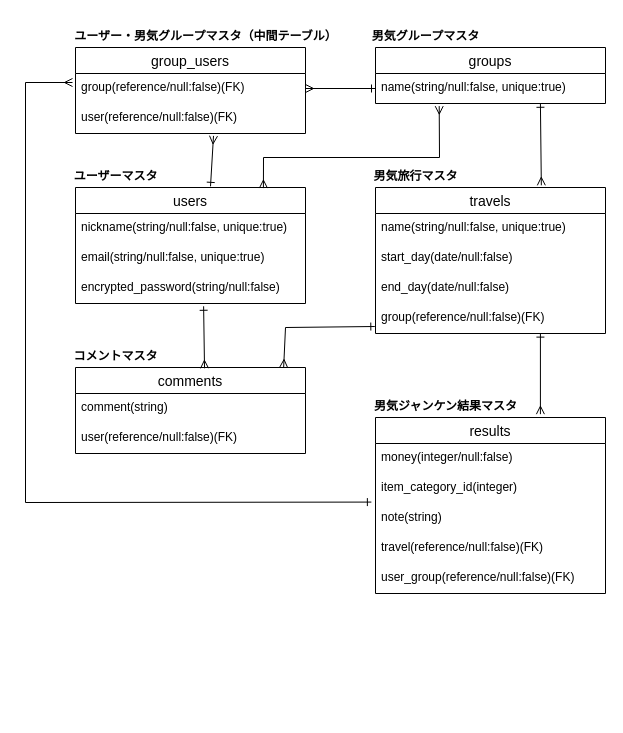
Shira3yuriharu/otokogi-janken-app keeps this draw.io diagram as ER.dio. Above is the earlier version. Source tidied: cells renumbered, new cells numbered last; positions are measured from the earlier drawing's top-left corner, leaving out a move shared by most shapes. Both pictures are drawn from the tidied source at 100%, with x=0, y=0 at pixel (25, 17).
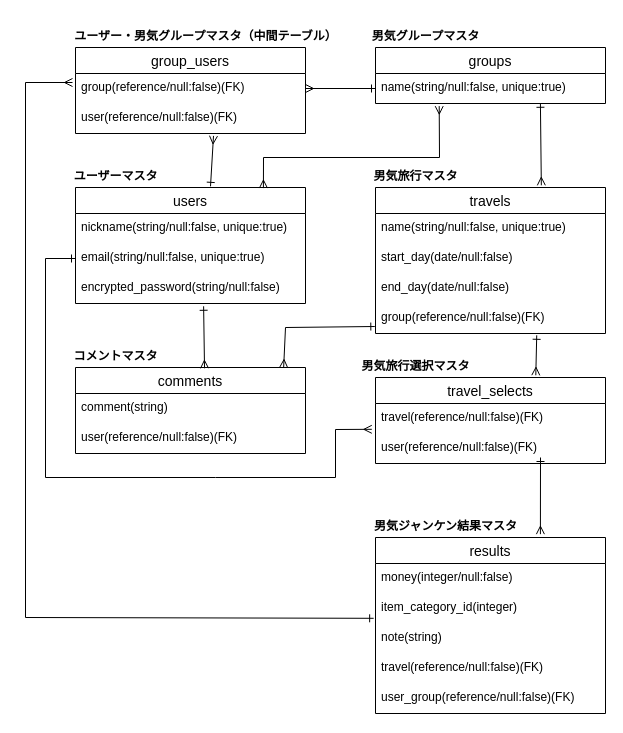
Above is the later version.

Unchanged cells that the change refers to:
```xml
<mxCell id="4" value="email(string/null:false, unique:true)" style="text;strokeColor=none;fillColor=none;spacingLeft=4;spacingRight=4;overflow=hidden;points=[[0,0.5],[1,0.5]];portConstraint=eastwest;fontSize=12;" parent="2" vertex="1">
  <mxGeometry y="56" width="230" height="30" as="geometry" />
</mxCell>
<mxCell id="20" value="group(reference/null:false)(FK)" style="text;strokeColor=none;fillColor=none;spacingLeft=4;spacingRight=4;overflow=hidden;points=[[0,0.5],[1,0.5]];portConstraint=eastwest;fontSize=12;" parent="16" vertex="1">
  <mxGeometry y="116" width="230" height="30" as="geometry" />
</mxCell>
<mxCell id="25" value="item_category_id(integer)" style="text;strokeColor=none;fillColor=none;spacingLeft=4;spacingRight=4;overflow=hidden;points=[[0,0.5],[1,0.5]];portConstraint=eastwest;fontSize=12;" parent="23" vertex="1">
  <mxGeometry y="56" width="230" height="30" as="geometry" />
</mxCell>
```

The edit, as a diff of the source:
```diff
@@
     <mxCell id="23" value="results" style="swimlane;fontStyle=0;horizontal=1;startSize=26;align=center;fontSize=14;" parent="1" vertex="1">
-      <mxGeometry x="350" y="400" width="230" height="176" as="geometry" />
+      <mxGeometry x="350" y="520" width="230" height="176" as="geometry" />
     </mxCell>
@@
     <mxCell id="29" value="&lt;span style=&quot;font-size: 12px&quot;&gt;男気ジャンケン結果マスタ&lt;/span&gt;" style="text;strokeColor=none;fillColor=none;html=1;fontSize=24;fontStyle=1;verticalAlign=middle;align=center;" parent="1" vertex="1">
-      <mxGeometry x="370" y="370" width="100" height="30" as="geometry" />
+      <mxGeometry x="370" y="490" width="100" height="30" as="geometry" />
     </mxCell>
-    <mxCell id="30" style="endArrow=ERmany;html=1;rounded=0;endFill=0;startArrow=ERone;startFill=0;exitX=-0.018;exitY=0.953;exitDx=0;exitDy=0;exitPerimeter=0;" parent="1" edge="1" source="25">
+    <mxCell id="30" style="endArrow=ERmany;html=1;rounded=0;endFill=0;startArrow=ERone;startFill=0;exitX=-0.008;exitY=0.827;exitDx=0;exitDy=0;exitPerimeter=0;" parent="1" edge="1" source="25">
       <mxGeometry relative="1" as="geometry">
         <mxPoint x="47" y="65" as="targetPoint" />
         <Array as="points">
-          <mxPoint y="485" />
+          <mxPoint y="600" />
           <mxPoint y="65" />
         </Array>
       </mxGeometry>
     </mxCell>
-    <mxCell id="31" style="endArrow=ERmany;html=1;rounded=0;endFill=0;startArrow=ERone;startFill=0;entryX=0.717;entryY=-0.019;entryDx=0;entryDy=0;exitX=0.717;exitY=0.987;exitDx=0;exitDy=0;exitPerimeter=0;entryPerimeter=0;" parent="1" edge="1" source="20" target="23">
-      <mxGeometry relative="1" as="geometry" />
+    <mxCell id="31" style="endArrow=ERmany;html=1;rounded=0;endFill=0;startArrow=ERone;startFill=0;entryX=0.717;entryY=-0.019;entryDx=0;entryDy=0;entryPerimeter=0;" parent="1" edge="1" target="23">
+      <mxGeometry relative="1" as="geometry">
+        <mxPoint x="515" y="440" as="sourcePoint" />
+      </mxGeometry>
     </mxCell>
@@
+    <mxCell id="39" value="travel_selects" style="swimlane;fontStyle=0;horizontal=1;startSize=26;align=center;fontSize=14;" parent="1" vertex="1">
+      <mxGeometry x="350" y="360" width="230" height="86" as="geometry" />
+    </mxCell>
+    <mxCell id="40" value="travel(reference/null:false)(FK)" style="text;strokeColor=none;fillColor=none;spacingLeft=4;spacingRight=4;overflow=hidden;points=[[0,0.5],[1,0.5]];portConstraint=eastwest;fontSize=12;" parent="39" vertex="1">
+      <mxGeometry y="26" width="230" height="30" as="geometry" />
+    </mxCell>
+    <mxCell id="41" value="user(reference/null:false)(FK)" style="text;strokeColor=none;fillColor=none;spacingLeft=4;spacingRight=4;overflow=hidden;fontSize=12;" parent="39" vertex="1">
+      <mxGeometry y="56" width="230" height="30" as="geometry" />
+    </mxCell>
+    <mxCell id="42" value="&lt;span style=&quot;font-size: 12px&quot;&gt;男気旅行選択マスタ&lt;/span&gt;" style="text;strokeColor=none;fillColor=none;html=1;fontSize=24;fontStyle=1;verticalAlign=middle;align=center;" parent="1" vertex="1">
+      <mxGeometry x="340" y="330" width="100" height="30" as="geometry" />
+    </mxCell>
+    <mxCell id="43" style="endArrow=ERmany;html=1;rounded=0;endFill=0;startArrow=ERone;startFill=0;exitX=0.701;exitY=1.06;exitDx=0;exitDy=0;exitPerimeter=0;entryX=0.697;entryY=-0.026;entryDx=0;entryDy=0;entryPerimeter=0;" parent="1" edge="1" source="20" target="39">
+      <mxGeometry relative="1" as="geometry" />
+    </mxCell>
+    <mxCell id="44" style="endArrow=ERmany;html=1;rounded=0;endFill=0;startArrow=ERone;startFill=0;exitX=0;exitY=0.5;exitDx=0;exitDy=0;entryX=-0.016;entryY=0.86;entryDx=0;entryDy=0;entryPerimeter=0;" parent="1" edge="1" source="4" target="40">
+      <mxGeometry relative="1" as="geometry">
+        <Array as="points">
+          <mxPoint x="20" y="241" />
+          <mxPoint x="20" y="460" />
+          <mxPoint x="190" y="460" />
+          <mxPoint x="310" y="460" />
+          <mxPoint x="310" y="412" />
+        </Array>
+      </mxGeometry>
+    </mxCell>
```
